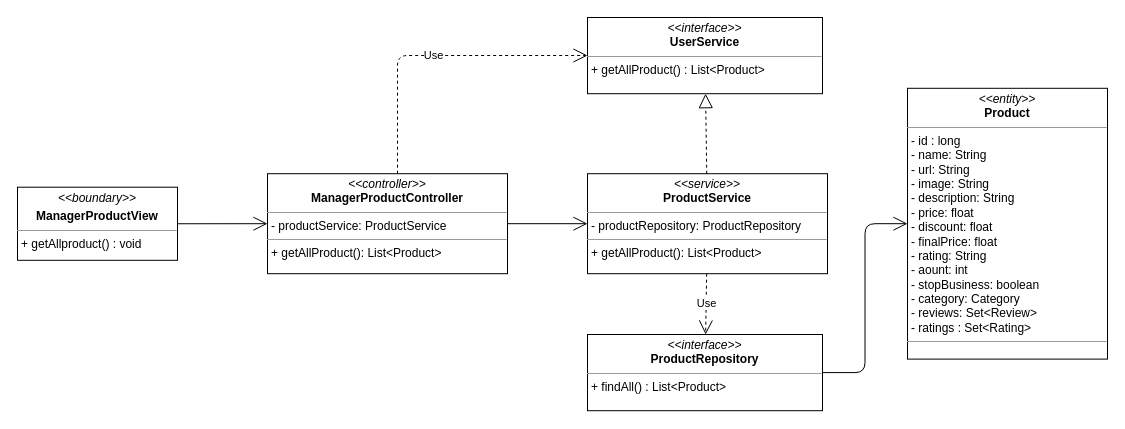
Earlier version of the draw.io diagram class diagram/manager-product-class-diagram.drawio (nguyenphamvan/datn_20202). Source tidied: cells renumbered, new cells numbered last; positions are measured from the earlier drawing's top-left corner, leaving out a move shared by most shapes. Both pictures are drawn from the tidied source at 100%, with x=0, y=0 at pixel (17, 17).
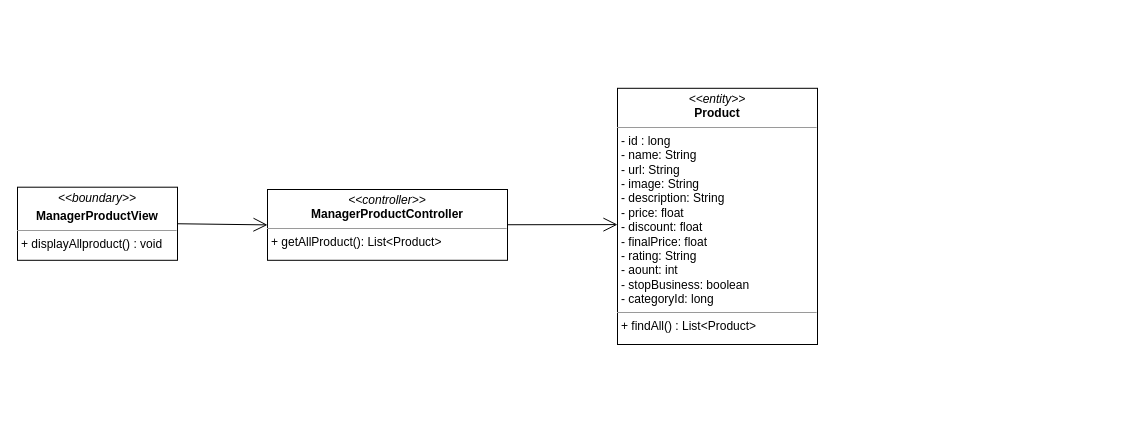
Above is the later version.

What changed in the source:
```diff
@@
 <mxGraphModel>
   <root>
     <mxCell id="0" />
     <mxCell id="1" parent="0" />
-    <mxCell id="2" value="&lt;p style=&quot;margin: 0px ; margin-top: 4px ; text-align: center&quot;&gt;&lt;i&gt;&amp;lt;&amp;lt;boundary&amp;gt;&amp;gt;&lt;/i&gt;&lt;/p&gt;&lt;p style=&quot;margin: 0px ; margin-top: 4px ; text-align: center&quot;&gt;&lt;b&gt;ManagerProductView&lt;/b&gt;&lt;/p&gt;&lt;hr size=&quot;1&quot;&gt;&lt;p style=&quot;margin: 0px ; margin-left: 4px&quot;&gt;&lt;span&gt;+ getAllproduct() : void&lt;/span&gt;&lt;br&gt;&lt;/p&gt;" style="verticalAlign=top;align=left;overflow=fill;fontSize=12;fontFamily=Helvetica;html=1;" parent="1" vertex="1">
+    <mxCell id="2" value="&lt;p style=&quot;margin: 0px ; margin-top: 4px ; text-align: center&quot;&gt;&lt;i&gt;&amp;lt;&amp;lt;boundary&amp;gt;&amp;gt;&lt;/i&gt;&lt;/p&gt;&lt;p style=&quot;margin: 0px ; margin-top: 4px ; text-align: center&quot;&gt;&lt;b&gt;ManagerProductView&lt;/b&gt;&lt;/p&gt;&lt;hr size=&quot;1&quot;&gt;&lt;p style=&quot;margin: 0px ; margin-left: 4px&quot;&gt;&lt;span&gt;+ displayAllproduct() : void&lt;/span&gt;&lt;br&gt;&lt;/p&gt;" style="verticalAlign=top;align=left;overflow=fill;fontSize=12;fontFamily=Helvetica;html=1;" parent="1" vertex="1">
       <mxGeometry y="169.7" width="160" height="73.1" as="geometry" />
     </mxCell>
     <mxCell id="3" style="endArrow=open;endFill=1;endSize=12;html=1;entryX=0;entryY=0.5;entryDx=0;entryDy=0;exitX=1;exitY=0.5;exitDx=0;exitDy=0;" parent="1" edge="1" source="2" target="7">
       <mxGeometry relative="1" as="geometry" />
     </mxCell>
-    <mxCell id="4" style="endArrow=open;endFill=1;endSize=12;html=1;exitX=1;exitY=0.5;exitDx=0;exitDy=0;edgeStyle=orthogonalEdgeStyle;" parent="1" edge="1" source="5" target="13">
-      <mxGeometry relative="1" as="geometry" />
-    </mxCell>
-    <mxCell id="5" value="&lt;p style=&quot;margin: 0px ; margin-top: 4px ; text-align: center&quot;&gt;&lt;i&gt;&amp;lt;&amp;lt;interface&amp;gt;&amp;gt;&lt;/i&gt;&lt;br&gt;&lt;b&gt;ProductRepository&lt;/b&gt;&lt;/p&gt;&lt;hr size=&quot;1&quot;&gt;&lt;p style=&quot;margin: 0px ; margin-left: 4px&quot;&gt;+ findAll() : List&amp;lt;Product&amp;gt;&lt;/p&gt;" style="verticalAlign=top;align=left;overflow=fill;fontSize=12;fontFamily=Helvetica;html=1;" parent="1" vertex="1">
-      <mxGeometry x="570" y="317" width="235" height="76.2" as="geometry" />
-    </mxCell>
-    <mxCell id="6" value="&lt;p style=&quot;margin: 0px ; margin-top: 4px ; text-align: center&quot;&gt;&lt;i&gt;&amp;lt;&amp;lt;interface&amp;gt;&amp;gt;&lt;/i&gt;&lt;br&gt;&lt;b&gt;UserService&lt;/b&gt;&lt;/p&gt;&lt;hr size=&quot;1&quot;&gt;&lt;p style=&quot;margin: 0px ; margin-left: 4px&quot;&gt;+ getAllProduct() : List&amp;lt;Product&amp;gt;&lt;/p&gt;" style="verticalAlign=top;align=left;overflow=fill;fontSize=12;fontFamily=Helvetica;html=1;" parent="1" vertex="1">
-      <mxGeometry x="570" width="235" height="76.2" as="geometry" />
-    </mxCell>
-    <mxCell id="7" value="&lt;p style=&quot;margin: 0px ; margin-top: 4px ; text-align: center&quot;&gt;&lt;i&gt;&amp;lt;&amp;lt;controller&amp;gt;&amp;gt;&lt;/i&gt;&lt;br&gt;&lt;b&gt;ManagerProductController&lt;/b&gt;&lt;br&gt;&lt;/p&gt;&lt;hr size=&quot;1&quot;&gt;&lt;p style=&quot;margin: 0px ; margin-left: 4px&quot;&gt;- productService: ProductService&lt;br&gt;&lt;/p&gt;&lt;hr size=&quot;1&quot;&gt;&lt;p style=&quot;margin: 0px ; margin-left: 4px&quot;&gt;+ getAllProduct(): List&amp;lt;Product&amp;gt;&lt;br&gt;&lt;/p&gt;" style="verticalAlign=top;align=left;overflow=fill;fontSize=12;fontFamily=Helvetica;html=1;" parent="1" vertex="1">
-      <mxGeometry x="250" y="156.2" width="240" height="100" as="geometry" />
+    <mxCell id="7" value="&lt;p style=&quot;margin: 0px ; margin-top: 4px ; text-align: center&quot;&gt;&lt;i&gt;&amp;lt;&amp;lt;controller&amp;gt;&amp;gt;&lt;/i&gt;&lt;br&gt;&lt;b&gt;ManagerProductController&lt;/b&gt;&lt;/p&gt;&lt;hr size=&quot;1&quot;&gt;&lt;p style=&quot;margin: 0px ; margin-left: 4px&quot;&gt;+ getAllProduct(): List&amp;lt;Product&amp;gt;&lt;br&gt;&lt;/p&gt;" style="verticalAlign=top;align=left;overflow=fill;fontSize=12;fontFamily=Helvetica;html=1;" parent="1" vertex="1">
+      <mxGeometry x="250" y="172" width="240" height="70.8" as="geometry" />
     </mxCell>
-    <mxCell id="8" value="&lt;p style=&quot;margin: 0px ; margin-top: 4px ; text-align: center&quot;&gt;&lt;i&gt;&amp;lt;&amp;lt;service&amp;gt;&amp;gt;&lt;/i&gt;&lt;br&gt;&lt;b&gt;ProductService&lt;/b&gt;&lt;/p&gt;&lt;hr size=&quot;1&quot;&gt;&lt;p style=&quot;margin: 0px ; margin-left: 4px&quot;&gt;- productRepository: ProductRepository&lt;br&gt;&lt;/p&gt;&lt;hr size=&quot;1&quot;&gt;&lt;p style=&quot;margin: 0px ; margin-left: 4px&quot;&gt;+ getAllProduct(): List&amp;lt;Product&amp;gt;&lt;br&gt;&lt;/p&gt;" style="verticalAlign=top;align=left;overflow=fill;fontSize=12;fontFamily=Helvetica;html=1;" parent="1" vertex="1">
-      <mxGeometry x="570" y="156.2" width="240" height="100" as="geometry" />
-    </mxCell>
-    <mxCell id="9" value="Use" style="endArrow=open;endSize=12;dashed=1;html=1;edgeStyle=orthogonalEdgeStyle;" parent="1" edge="1" source="7" target="6">
-      <mxGeometry relative="1" as="geometry">
-        <Array as="points">
-          <mxPoint x="380" y="38" />
-        </Array>
-      </mxGeometry>
-    </mxCell>
-    <mxCell id="10" style="endArrow=block;dashed=1;endFill=0;endSize=12;html=1;" parent="1" edge="1" source="8" target="6">
-      <mxGeometry relative="1" as="geometry" />
-    </mxCell>
-    <mxCell id="11" value="Use" style="endArrow=open;endSize=12;dashed=1;html=1;" parent="1" edge="1" source="8" target="5">
-      <mxGeometry relative="1" as="geometry" />
-    </mxCell>
-    <mxCell id="12" style="endArrow=open;endFill=1;endSize=12;html=1;" parent="1" edge="1" source="7" target="8">
+    <mxCell id="12" style="endArrow=open;endFill=1;endSize=12;html=1;entryX=0;entryY=0.532;entryDx=0;entryDy=0;entryPerimeter=0;" parent="1" edge="1" source="7" target="13">
       <mxGeometry relative="1" as="geometry" />
     </mxCell>
-    <mxCell id="13" value="&lt;p style=&quot;margin: 0px ; margin-top: 4px ; text-align: center&quot;&gt;&lt;i&gt;&amp;lt;&amp;lt;entity&amp;gt;&amp;gt;&lt;/i&gt;&lt;br&gt;&lt;b&gt;Product&lt;/b&gt;&lt;/p&gt;&lt;hr size=&quot;1&quot;&gt;&lt;p style=&quot;margin: 0px ; margin-left: 4px&quot;&gt;- id : long&lt;/p&gt;&lt;p style=&quot;margin: 0px ; margin-left: 4px&quot;&gt;- name: String&lt;br&gt;- url: String&lt;/p&gt;&lt;p style=&quot;margin: 0px ; margin-left: 4px&quot;&gt;- image: String&lt;/p&gt;&lt;p style=&quot;margin: 0px ; margin-left: 4px&quot;&gt;- description: String&lt;/p&gt;&lt;p style=&quot;margin: 0px ; margin-left: 4px&quot;&gt;- price: float&lt;/p&gt;&lt;p style=&quot;margin: 0px ; margin-left: 4px&quot;&gt;- discount: float&lt;/p&gt;&lt;p style=&quot;margin: 0px ; margin-left: 4px&quot;&gt;- finalPrice: float&lt;/p&gt;&lt;p style=&quot;margin: 0px ; margin-left: 4px&quot;&gt;- rating: String&lt;/p&gt;&lt;p style=&quot;margin: 0px ; margin-left: 4px&quot;&gt;- aount: int&lt;/p&gt;&lt;p style=&quot;margin: 0px ; margin-left: 4px&quot;&gt;- stopBusiness: boolean&lt;/p&gt;&lt;p style=&quot;margin: 0px ; margin-left: 4px&quot;&gt;- category: Category&lt;/p&gt;&lt;p style=&quot;margin: 0px ; margin-left: 4px&quot;&gt;- reviews: Set&amp;lt;Review&amp;gt;&lt;/p&gt;&lt;p style=&quot;margin: 0px ; margin-left: 4px&quot;&gt;- ratings : Set&amp;lt;Rating&amp;gt;&lt;/p&gt;&lt;hr size=&quot;1&quot;&gt;&lt;p style=&quot;margin: 0px ; margin-left: 4px&quot;&gt;&lt;br&gt;&lt;/p&gt;" style="verticalAlign=top;align=left;overflow=fill;fontSize=12;fontFamily=Helvetica;html=1;" parent="1" vertex="1">
-      <mxGeometry x="890" y="70.8" width="200" height="270.8" as="geometry" />
+    <mxCell id="13" value="&lt;p style=&quot;margin: 0px ; margin-top: 4px ; text-align: center&quot;&gt;&lt;i&gt;&amp;lt;&amp;lt;entity&amp;gt;&amp;gt;&lt;/i&gt;&lt;br&gt;&lt;b&gt;Product&lt;/b&gt;&lt;/p&gt;&lt;hr size=&quot;1&quot;&gt;&lt;p style=&quot;margin: 0px ; margin-left: 4px&quot;&gt;- id : long&lt;/p&gt;&lt;p style=&quot;margin: 0px ; margin-left: 4px&quot;&gt;- name: String&lt;br&gt;- url: String&lt;/p&gt;&lt;p style=&quot;margin: 0px ; margin-left: 4px&quot;&gt;- image: String&lt;/p&gt;&lt;p style=&quot;margin: 0px ; margin-left: 4px&quot;&gt;- description: String&lt;/p&gt;&lt;p style=&quot;margin: 0px ; margin-left: 4px&quot;&gt;- price: float&lt;/p&gt;&lt;p style=&quot;margin: 0px ; margin-left: 4px&quot;&gt;- discount: float&lt;/p&gt;&lt;p style=&quot;margin: 0px ; margin-left: 4px&quot;&gt;- finalPrice: float&lt;/p&gt;&lt;p style=&quot;margin: 0px ; margin-left: 4px&quot;&gt;- rating: String&lt;/p&gt;&lt;p style=&quot;margin: 0px ; margin-left: 4px&quot;&gt;- aount: int&lt;/p&gt;&lt;p style=&quot;margin: 0px ; margin-left: 4px&quot;&gt;- stopBusiness: boolean&lt;/p&gt;&lt;p style=&quot;margin: 0px ; margin-left: 4px&quot;&gt;- categoryId: long&lt;/p&gt;&lt;hr size=&quot;1&quot;&gt;&lt;p style=&quot;margin: 0px ; margin-left: 4px&quot;&gt;+ findAll() : List&amp;lt;Product&amp;gt;&lt;/p&gt;" style="verticalAlign=top;align=left;overflow=fill;fontSize=12;fontFamily=Helvetica;html=1;" parent="1" vertex="1">
+      <mxGeometry x="600" y="70.8" width="200" height="256.2" as="geometry" />
     </mxCell>
   </root>
 </mxGraphModel>
```
